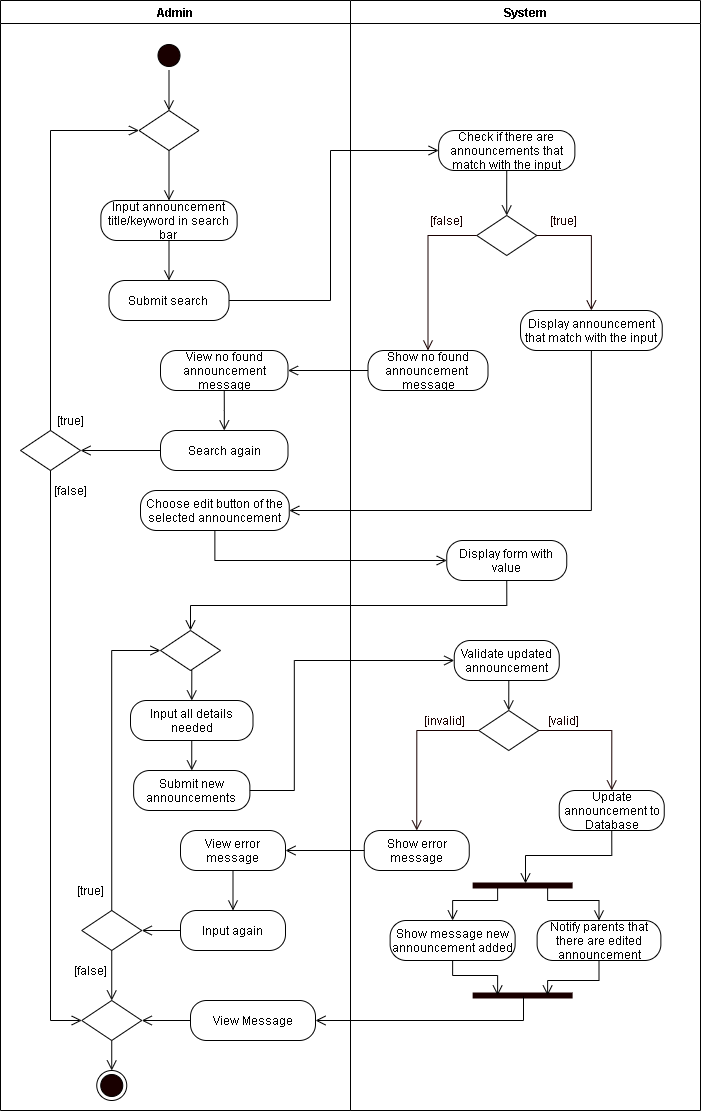
Above: REVISIONS/UML-DIAGRAMS/7-04-2021/ACTIVITY DIAGRAM/22-Edit Announcement.png in mrklglsn/CAPSTONE-FILES (draw.io), before the change. Source tidied: cells renumbered, new cells last; positions are measured from the earlier drawing's top-left corner, leaving out a move shared by most shapes.
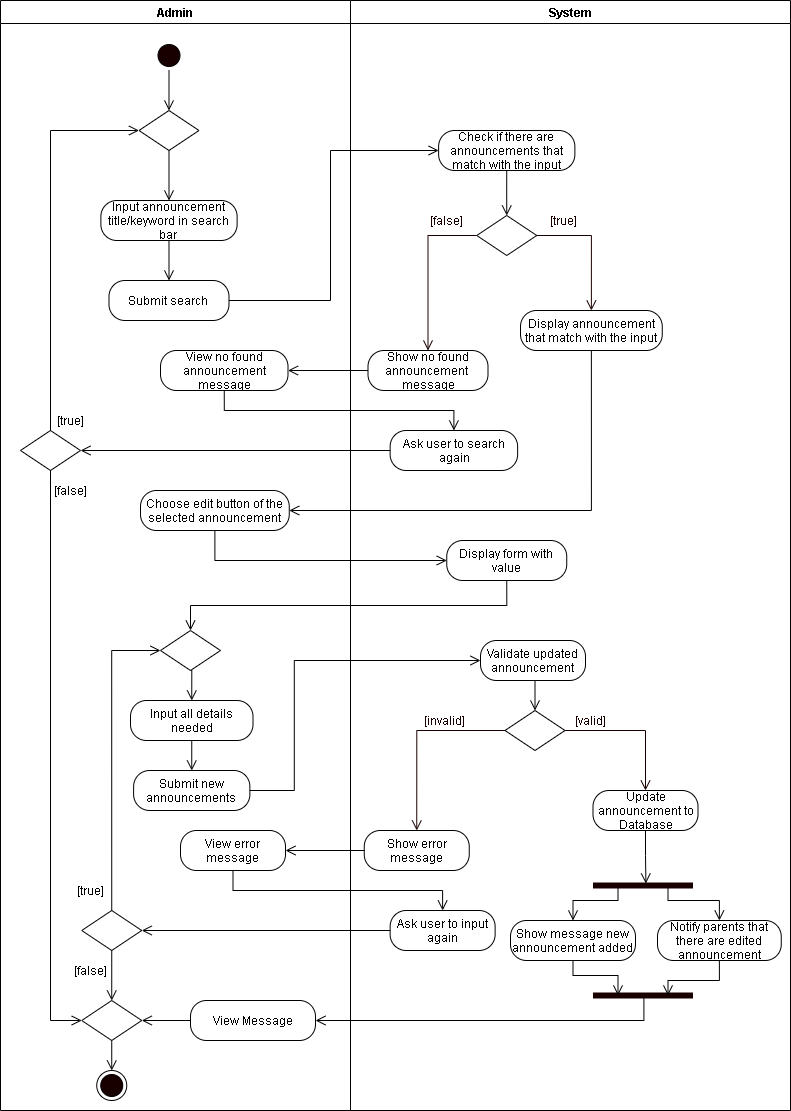
Above is the later version.

The edit, as a diff of the source:
```diff
@@ -26,15 +26,9 @@
     <mxCell id="9" value="View Message" style="rounded=1;whiteSpace=wrap;html=1;arcSize=40;" parent="2" vertex="1">
       <mxGeometry x="190" y="1000" width="125" height="40" as="geometry" />
     </mxCell>
-    <mxCell id="10" style="edgeStyle=orthogonalEdgeStyle;rounded=0;jettySize=auto;html=1;exitX=0.5;exitY=1;exitDx=0;exitDy=0;endArrow=open;endFill=0;endSize=8;" parent="2" edge="1" source="11" target="12">
-      <mxGeometry relative="1" as="geometry" />
-    </mxCell>
     <mxCell id="11" value="View no found announcement message" style="rounded=1;whiteSpace=wrap;html=1;arcSize=40;" parent="2" vertex="1">
       <mxGeometry x="160" y="350" width="127.5" height="40" as="geometry" />
     </mxCell>
-    <mxCell id="12" value="Search again" style="rounded=1;whiteSpace=wrap;html=1;arcSize=40;" parent="2" vertex="1">
-      <mxGeometry x="160" y="430" width="127.5" height="40" as="geometry" />
-    </mxCell>
     <mxCell id="13" value="[true]" style="text;html=1;align=center;verticalAlign=middle;strokeColor=none;rotation=0;" parent="2" vertex="1">
       <mxGeometry x="50" y="410" width="40" height="20" as="geometry" />
     </mxCell>
@@ -44,9 +38,6 @@
     <mxCell id="15" style="rhombus;whiteSpace=wrap;html=1;" parent="2" vertex="1">
       <mxGeometry x="20" y="430" width="60" height="40" as="geometry" />
     </mxCell>
-    <mxCell id="16" style="edgeStyle=orthogonalEdgeStyle;rounded=0;jettySize=auto;html=1;exitX=0;exitY=0.5;exitDx=0;exitDy=0;entryX=1;entryY=0.5;entryDx=0;entryDy=0;endArrow=open;endFill=0;endSize=8;" parent="2" edge="1" source="12" target="15">
-      <mxGeometry relative="1" as="geometry" />
-    </mxCell>
     <mxCell id="17" style="ellipse;html=1;shape=endState;fillColor=#190000;" parent="2" vertex="1">
       <mxGeometry x="96.2" y="1070" width="30" height="30" as="geometry" />
     </mxCell>
@@ -62,9 +53,6 @@
     <mxCell id="21" style="edgeStyle=orthogonalEdgeStyle;rounded=0;jettySize=auto;html=1;exitX=0;exitY=0.5;exitDx=0;exitDy=0;entryX=1;entryY=0.5;entryDx=0;entryDy=0;endArrow=open;endFill=0;endSize=8;" parent="2" edge="1" source="9" target="19">
       <mxGeometry relative="1" as="geometry" />
     </mxCell>
-    <mxCell id="22" value="Input again" style="rounded=1;whiteSpace=wrap;html=1;arcSize=40;" parent="2" vertex="1">
-      <mxGeometry x="180" y="910" width="105" height="40" as="geometry" />
-    </mxCell>
     <mxCell id="23" value="[true]" style="text;html=1;align=center;verticalAlign=middle;strokeColor=none;" parent="2" vertex="1">
       <mxGeometry x="70" y="880" width="40" height="20" as="geometry" />
     </mxCell>
@@ -80,11 +68,8 @@
     <mxCell id="27" style="edgeStyle=orthogonalEdgeStyle;rounded=0;jettySize=auto;html=1;exitX=0.5;exitY=1;exitDx=0;exitDy=0;endArrow=open;endFill=0;endSize=8;startArrow=none;entryX=0.5;entryY=0;entryDx=0;entryDy=0;" parent="2" edge="1" source="25" target="19">
       <mxGeometry relative="1" as="geometry" />
     </mxCell>
-    <mxCell id="28" style="edgeStyle=orthogonalEdgeStyle;rounded=0;jettySize=auto;html=1;exitX=0;exitY=0.5;exitDx=0;exitDy=0;entryX=1;entryY=0.5;entryDx=0;entryDy=0;endArrow=open;endFill=0;endSize=8;" parent="2" edge="1" source="22" target="25">
-      <mxGeometry relative="1" as="geometry" />
-    </mxCell>
     <mxCell id="29" value="System" style="swimlane;" parent="1" vertex="1">
-      <mxGeometry x="350" width="350" height="1110" as="geometry" />
+      <mxGeometry x="350" width="440" height="1110" as="geometry" />
     </mxCell>
     <mxCell id="30" value="Display form with value" style="rounded=1;whiteSpace=wrap;html=1;arcSize=40;" parent="29" vertex="1">
       <mxGeometry x="96.2" y="540" width="120" height="40" as="geometry" />
@@ -93,16 +78,16 @@
       <mxGeometry x="-170" y="830" width="105" height="40" as="geometry" />
     </mxCell>
     <mxCell id="32" value="Validate updated announcement" style="rounded=1;whiteSpace=wrap;html=1;arcSize=40;" parent="29" vertex="1">
-      <mxGeometry x="103.8" y="640" width="105" height="40" as="geometry" />
+      <mxGeometry x="130" y="640" width="105" height="40" as="geometry" />
     </mxCell>
     <mxCell id="33" style="rhombus;whiteSpace=wrap;html=1;" parent="29" vertex="1">
-      <mxGeometry x="128.2" y="710" width="60" height="40" as="geometry" />
+      <mxGeometry x="154.5" y="710" width="60" height="40" as="geometry" />
     </mxCell>
     <mxCell id="34" style="edgeStyle=orthogonalEdgeStyle;rounded=0;jettySize=auto;html=1;exitX=0.5;exitY=1;exitDx=0;exitDy=0;entryX=0.5;entryY=0;entryDx=0;entryDy=0;endArrow=open;endFill=0;endSize=8;" parent="29" edge="1" source="32" target="33">
       <mxGeometry relative="1" as="geometry" />
     </mxCell>
     <mxCell id="35" value="&lt;font color=&quot;#190000&quot;&gt;[valid]&lt;/font&gt;" style="text;html=1;align=center;verticalAlign=middle;strokeColor=none;fontColor=#FFFFFF;" parent="29" vertex="1">
-      <mxGeometry x="188.2" y="710" width="50" height="20" as="geometry" />
+      <mxGeometry x="214.5" y="710" width="50" height="20" as="geometry" />
     </mxCell>
     <mxCell id="36" value="&lt;font color=&quot;#190000&quot;&gt;[invalid]&lt;/font&gt;" style="text;html=1;align=center;verticalAlign=middle;strokeColor=none;fontColor=#FFFFFF;" parent="29" vertex="1">
       <mxGeometry x="63.8" y="710" width="60" height="20" as="geometry" />
@@ -114,7 +99,7 @@
       <mxGeometry relative="1" as="geometry" />
     </mxCell>
     <mxCell id="39" value="Update announcement to Database" style="rounded=1;whiteSpace=wrap;html=1;arcSize=40;" parent="29" vertex="1">
-      <mxGeometry x="208.8" y="790" width="105" height="40" as="geometry" />
+      <mxGeometry x="242.5" y="790" width="105" height="40" as="geometry" />
     </mxCell>
     <mxCell id="40" style="edgeStyle=orthogonalEdgeStyle;rounded=0;jettySize=auto;html=1;exitX=0;exitY=0.5;exitDx=0;exitDy=0;fontColor=#FFFFFF;endArrow=open;endFill=0;endSize=8;strokeColor=#190000;entryX=0.5;entryY=0;entryDx=0;entryDy=0;" parent="29" edge="1" source="33" target="37">
       <mxGeometry relative="1" as="geometry" />
@@ -126,38 +111,38 @@
       <mxGeometry relative="1" as="geometry" />
     </mxCell>
     <mxCell id="43" value="Show message new announcement added" style="rounded=1;whiteSpace=wrap;html=1;arcSize=40;" parent="29" vertex="1">
-      <mxGeometry x="39.6" y="920" width="125" height="40" as="geometry" />
+      <mxGeometry x="160" y="920" width="125" height="40" as="geometry" />
     </mxCell>
     <mxCell id="44" value="Notify parents that there are edited announcement" style="rounded=1;whiteSpace=wrap;html=1;arcSize=40;" parent="29" vertex="1">
-      <mxGeometry x="186.6" y="920" width="123.8" height="40" as="geometry" />
+      <mxGeometry x="307" y="920" width="123.8" height="40" as="geometry" />
     </mxCell>
     <mxCell id="45" style="edgeStyle=orthogonalEdgeStyle;rounded=0;jettySize=auto;html=1;exitX=0.25;exitY=0.5;exitDx=0;exitDy=0;exitPerimeter=0;endArrow=open;endFill=0;endSize=8;" parent="29" edge="1" source="47" target="43">
       <mxGeometry relative="1" as="geometry">
         <Array as="points">
-          <mxPoint x="147.1" y="900" />
-          <mxPoint x="102.1" y="900" />
+          <mxPoint x="267.5" y="900" />
+          <mxPoint x="222.5" y="900" />
         </Array>
       </mxGeometry>
     </mxCell>
     <mxCell id="46" style="edgeStyle=orthogonalEdgeStyle;rounded=0;jettySize=auto;html=1;exitX=0.75;exitY=0.5;exitDx=0;exitDy=0;exitPerimeter=0;endArrow=open;endFill=0;endSize=8;entryX=0.5;entryY=0;entryDx=0;entryDy=0;" parent="29" edge="1" source="47" target="44">
       <mxGeometry relative="1" as="geometry">
         <Array as="points">
-          <mxPoint x="197.1" y="900" />
-          <mxPoint x="248.1" y="900" />
+          <mxPoint x="317.5" y="900" />
+          <mxPoint x="368.5" y="900" />
         </Array>
       </mxGeometry>
     </mxCell>
     <mxCell id="47" style="shape=line;html=1;strokeWidth=6;strokeColor=#190000;" parent="29" vertex="1">
-      <mxGeometry x="122.1" y="880" width="100" height="10" as="geometry" />
+      <mxGeometry x="242.5" y="880" width="100" height="10" as="geometry" />
     </mxCell>
     <mxCell id="48" style="shape=line;html=1;strokeWidth=6;strokeColor=#190000;" parent="29" vertex="1">
-      <mxGeometry x="122.1" y="990" width="100" height="10" as="geometry" />
+      <mxGeometry x="242.5" y="990" width="100" height="10" as="geometry" />
     </mxCell>
     <mxCell id="49" style="edgeStyle=orthogonalEdgeStyle;rounded=0;jettySize=auto;html=1;exitX=0.5;exitY=1;exitDx=0;exitDy=0;endArrow=open;endFill=0;endSize=8;entryX=0.25;entryY=0.5;entryDx=0;entryDy=0;entryPerimeter=0;" parent="29" edge="1" source="43" target="48">
       <mxGeometry relative="1" as="geometry">
         <Array as="points">
-          <mxPoint x="102.1" y="975" />
-          <mxPoint x="147.1" y="975" />
+          <mxPoint x="222.5" y="975" />
+          <mxPoint x="267.5" y="975" />
         </Array>
       </mxGeometry>
     </mxCell>
@@ -173,6 +158,15 @@
     <mxCell id="53" value="&lt;font color=&quot;#190000&quot;&gt;&amp;nbsp;[false]&lt;/font&gt;" style="text;html=1;align=center;verticalAlign=middle;strokeColor=none;fontColor=#FFFFFF;" parent="29" vertex="1">
       <mxGeometry x="68.8" y="210" width="50" height="20" as="geometry" />
     </mxCell>
+    <mxCell id="12" value="Ask user to search again" style="rounded=1;whiteSpace=wrap;html=1;arcSize=40;" parent="29" vertex="1">
+      <mxGeometry x="39.6" y="430" width="127.5" height="40" as="geometry" />
+    </mxCell>
+    <mxCell id="22" value="Ask user to input again" style="rounded=1;whiteSpace=wrap;html=1;arcSize=40;" parent="29" vertex="1">
+      <mxGeometry x="39.6" y="910" width="105" height="40" as="geometry" />
+    </mxCell>
+    <mxCell id="74" style="edgeStyle=orthogonalEdgeStyle;rounded=0;jettySize=auto;html=1;exitX=0.5;exitY=1;exitDx=0;exitDy=0;entryX=0.5;entryY=0;entryDx=0;entryDy=0;endArrow=open;endFill=0;endSize=8;" parent="29" edge="1" source="31" target="22">
+      <mxGeometry relative="1" as="geometry" />
+    </mxCell>
     <mxCell id="54" value="Input announcement title/keyword in search bar" style="rounded=1;whiteSpace=wrap;html=1;arcSize=40;" parent="1" vertex="1">
       <mxGeometry x="100.4" y="200" width="136.2" height="40" as="geometry" />
     </mxCell>
@@ -243,15 +237,21 @@
     <mxCell id="73" style="edgeStyle=orthogonalEdgeStyle;rounded=0;jettySize=auto;html=1;exitX=0.509;exitY=0.559;exitDx=0;exitDy=0;entryX=1;entryY=0.5;entryDx=0;entryDy=0;endArrow=open;endFill=0;endSize=8;exitPerimeter=0;" parent="1" edge="1" source="48" target="9">
       <mxGeometry relative="1" as="geometry">
         <Array as="points">
-          <mxPoint x="523" y="1020" />
+          <mxPoint x="643" y="1020" />
         </Array>
       </mxGeometry>
     </mxCell>
-    <mxCell id="74" style="edgeStyle=orthogonalEdgeStyle;rounded=0;jettySize=auto;html=1;exitX=0.5;exitY=1;exitDx=0;exitDy=0;entryX=0.5;entryY=0;entryDx=0;entryDy=0;endArrow=open;endFill=0;endSize=8;" parent="1" edge="1" source="31" target="22">
-      <mxGeometry relative="1" as="geometry" />
-    </mxCell>
     <mxCell id="75" style="edgeStyle=orthogonalEdgeStyle;rounded=0;jettySize=auto;html=1;exitX=0.5;exitY=1;exitDx=0;exitDy=0;entryX=0.5;entryY=0;entryDx=0;entryDy=0;endArrow=open;endFill=0;endSize=8;" parent="1" edge="1" source="51" target="58">
       <mxGeometry relative="1" as="geometry" />
     </mxCell>
+    <mxCell id="10" style="edgeStyle=orthogonalEdgeStyle;rounded=0;jettySize=auto;html=1;exitX=0.5;exitY=1;exitDx=0;exitDy=0;endArrow=open;endFill=0;endSize=8;" parent="1" edge="1" source="11" target="12">
+      <mxGeometry relative="1" as="geometry" />
+    </mxCell>
+    <mxCell id="16" style="edgeStyle=orthogonalEdgeStyle;rounded=0;jettySize=auto;html=1;exitX=0;exitY=0.5;exitDx=0;exitDy=0;entryX=1;entryY=0.5;entryDx=0;entryDy=0;endArrow=open;endFill=0;endSize=8;" parent="1" edge="1" source="12" target="15">
+      <mxGeometry relative="1" as="geometry" />
+    </mxCell>
+    <mxCell id="28" style="edgeStyle=orthogonalEdgeStyle;rounded=0;jettySize=auto;html=1;exitX=0;exitY=0.5;exitDx=0;exitDy=0;entryX=1;entryY=0.5;entryDx=0;entryDy=0;endArrow=open;endFill=0;endSize=8;" parent="1" edge="1" source="22" target="25">
+      <mxGeometry relative="1" as="geometry" />
+    </mxCell>
   </root>
 </mxGraphModel>
```
